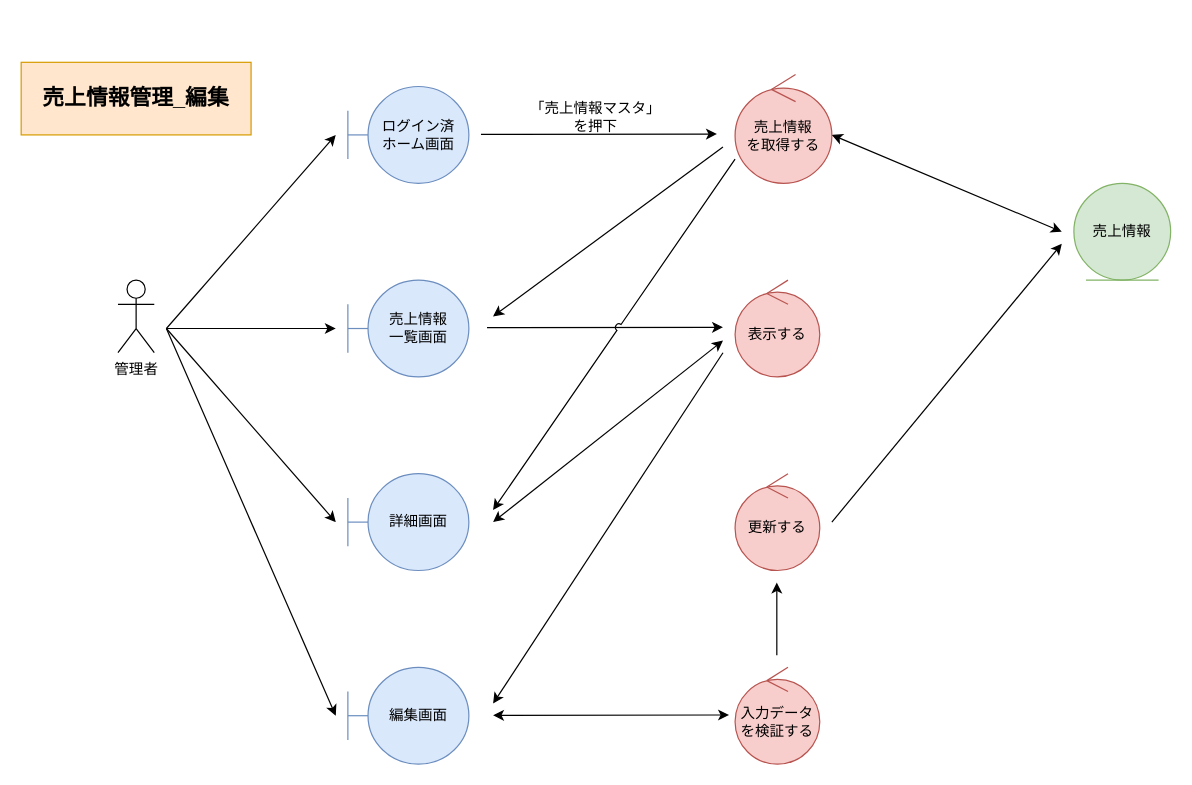
Above: page "*売上情報管理_編集" (2 of 3) of 各種設計書/3ロバストネス図/マスタ管理/6.売上情報マスタ.drawio in HaruShim/Sotuken (draw.io), before the change. Source tidied: cells renumbered, new cells numbered last; positions are measured from the earlier drawing's top-left corner, leaving out a move shared by most shapes. Both pictures are drawn from the tidied source at 121%, with x=0, y=0 at pixel (21, 62).
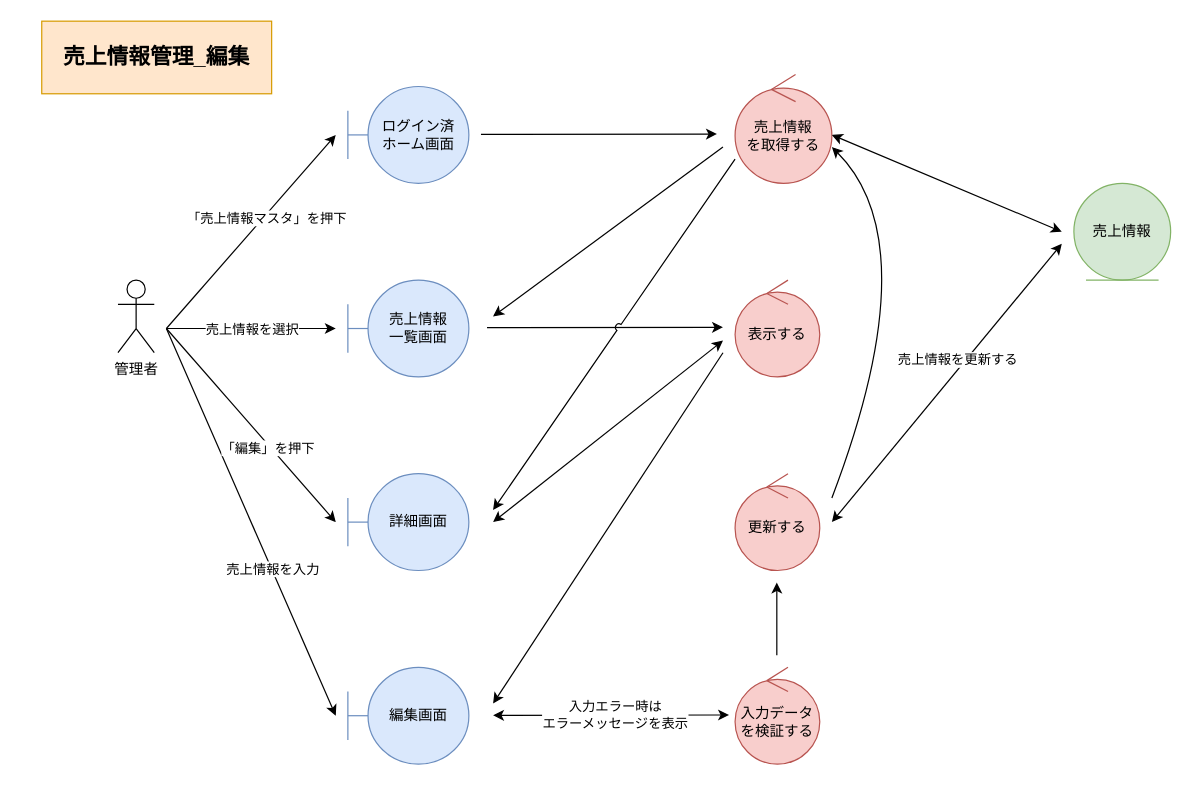
The same diagram, later.

The change refers to these unchanged cells:
```xml
<mxCell id="20" style="endArrow=classic;html=1;rounded=0;" parent="1" edge="1">
  <mxGeometry relative="1" as="geometry">
    <mxPoint x="120" y="220" as="sourcePoint" />
    <mxPoint x="260" y="540" as="targetPoint" />
  </mxGeometry>
</mxCell>
<mxCell id="23" style="endArrow=classic;html=1;rounded=0;startArrow=classic;startFill=1;" parent="1" edge="1">
  <mxGeometry relative="1" as="geometry">
    <mxPoint x="390" y="539.7" as="sourcePoint" />
    <mxPoint x="585" y="539.4" as="targetPoint" />
  </mxGeometry>
</mxCell>
```

What changed in the source:
```diff
@@
-    <mxCell id="2" value="管理者" style="shape=umlActor;verticalLabelPosition=bottom;verticalAlign=top;html=1;" parent="1" vertex="1">
-      <mxGeometry x="80" y="180" width="30" height="60" as="geometry" />
-    </mxCell>
@@
-    <mxCell id="9" value="「売上情報マスタ」&lt;br&gt;を押下" style="text;html=1;strokeColor=none;fillColor=none;align=center;verticalAlign=middle;whiteSpace=wrap;rounded=0;" parent="1" vertex="1">
-      <mxGeometry x="390" y="30" width="170" height="30" as="geometry" />
-    </mxCell>
-    <mxCell id="10" style="endArrow=classic;html=1;rounded=0;" parent="1" edge="1">
-      <mxGeometry relative="1" as="geometry">
-        <mxPoint x="120" y="220" as="sourcePoint" />
-        <mxPoint x="260" y="60" as="targetPoint" />
-      </mxGeometry>
-    </mxCell>
-    <mxCell id="11" style="endArrow=classic;html=1;rounded=0;" parent="1" edge="1">
-      <mxGeometry relative="1" as="geometry">
-        <mxPoint x="120" y="220" as="sourcePoint" />
-        <mxPoint x="260" y="380" as="targetPoint" />
-      </mxGeometry>
-    </mxCell>
-    <mxCell id="12" style="endArrow=classic;html=1;rounded=0;" parent="1" edge="1">
-      <mxGeometry relative="1" as="geometry">
-        <mxPoint x="120" y="220" as="sourcePoint" />
-        <mxPoint x="260" y="220" as="targetPoint" />
-      </mxGeometry>
-    </mxCell>
@@
+    <mxCell id="28" value="売上情報を入力" style="edgeLabel;html=1;align=center;verticalAlign=middle;" parent="20" vertex="1">
+      <mxGeometry x="0.24" y="1" relative="1" as="geometry" />
+    </mxCell>
@@
+    <mxCell id="29" value="入力エラー時は&lt;br&gt;エラーメッセージを表示" style="edgeLabel;html=1;align=center;verticalAlign=middle;" parent="23" vertex="1">
+      <mxGeometry x="0.16" y="-3" relative="1" as="geometry">
+        <mxPoint x="-13" y="-3" as="offset" />
+      </mxGeometry>
+    </mxCell>
@@
-    <mxCell id="25" style="endArrow=classic;html=1;rounded=0;" parent="1" edge="1">
+    <mxCell id="25" style="endArrow=classic;html=1;rounded=0;startArrow=classic;startFill=1;" parent="1" edge="1">
       <mxGeometry relative="1" as="geometry">
         <mxPoint x="670" y="380" as="sourcePoint" />
         <mxPoint x="860" y="150" as="targetPoint" />
       </mxGeometry>
     </mxCell>
+    <mxCell id="30" value="売上情報を更新する" style="edgeLabel;html=1;align=center;verticalAlign=middle;" parent="25" vertex="1">
+      <mxGeometry x="0.13" y="6" relative="1" as="geometry" />
+    </mxCell>
@@
     <mxCell id="27" value="売上情報管理_編集" style="rounded=0;whiteSpace=wrap;html=1;fillColor=#ffe6cc;strokeColor=#d79b00;fontStyle=1;fontSize=18;" parent="1" vertex="1">
-      <mxGeometry width="190" height="60" as="geometry" />
+      <mxGeometry x="17" y="-34" width="190" height="60" as="geometry" />
     </mxCell>
+    <mxCell id="2" value="管理者&lt;br&gt;" style="shape=umlActor;verticalLabelPosition=bottom;verticalAlign=top;html=1;" parent="1" vertex="1">
+      <mxGeometry x="80" y="180" width="30" height="60" as="geometry" />
+    </mxCell>
+    <mxCell id="31" style="endArrow=classic;html=1;rounded=0;" parent="1" edge="1">
+      <mxGeometry relative="1" as="geometry">
+        <mxPoint x="120" y="220" as="sourcePoint" />
+        <mxPoint x="260" y="60" as="targetPoint" />
+      </mxGeometry>
+    </mxCell>
+    <mxCell id="32" value="「売上情報マスタ」を押下" style="edgeLabel;html=1;align=center;verticalAlign=middle;" parent="31" vertex="1">
+      <mxGeometry x="0.16" y="-2" relative="1" as="geometry" />
+    </mxCell>
+    <mxCell id="33" style="endArrow=classic;html=1;rounded=0;" parent="1" edge="1">
+      <mxGeometry relative="1" as="geometry">
+        <mxPoint x="120" y="220" as="sourcePoint" />
+        <mxPoint x="260" y="380" as="targetPoint" />
+      </mxGeometry>
+    </mxCell>
+    <mxCell id="34" value="「編集」を押下" style="edgeLabel;html=1;align=center;verticalAlign=middle;" parent="33" vertex="1">
+      <mxGeometry x="0.21" y="-2" relative="1" as="geometry" />
+    </mxCell>
+    <mxCell id="35" style="endArrow=classic;html=1;rounded=0;" parent="1" edge="1">
+      <mxGeometry relative="1" as="geometry">
+        <mxPoint x="120" y="220" as="sourcePoint" />
+        <mxPoint x="260" y="220" as="targetPoint" />
+      </mxGeometry>
+    </mxCell>
+    <mxCell id="36" value="売上情報を選択" style="edgeLabel;html=1;align=center;verticalAlign=middle;" parent="35" vertex="1">
+      <mxGeometry x="0.31" y="1" relative="1" as="geometry">
+        <mxPoint x="-22" y="1" as="offset" />
+      </mxGeometry>
+    </mxCell>
+    <mxCell id="37" style="curved=1;endArrow=classic;html=1;rounded=0;" parent="1" edge="1">
+      <mxGeometry relative="1" as="geometry">
+        <mxPoint x="670" y="360" as="sourcePoint" />
+        <mxPoint x="670" y="70" as="targetPoint" />
+        <Array as="points">
+          <mxPoint x="750" y="150" />
+        </Array>
+      </mxGeometry>
+    </mxCell>
```
